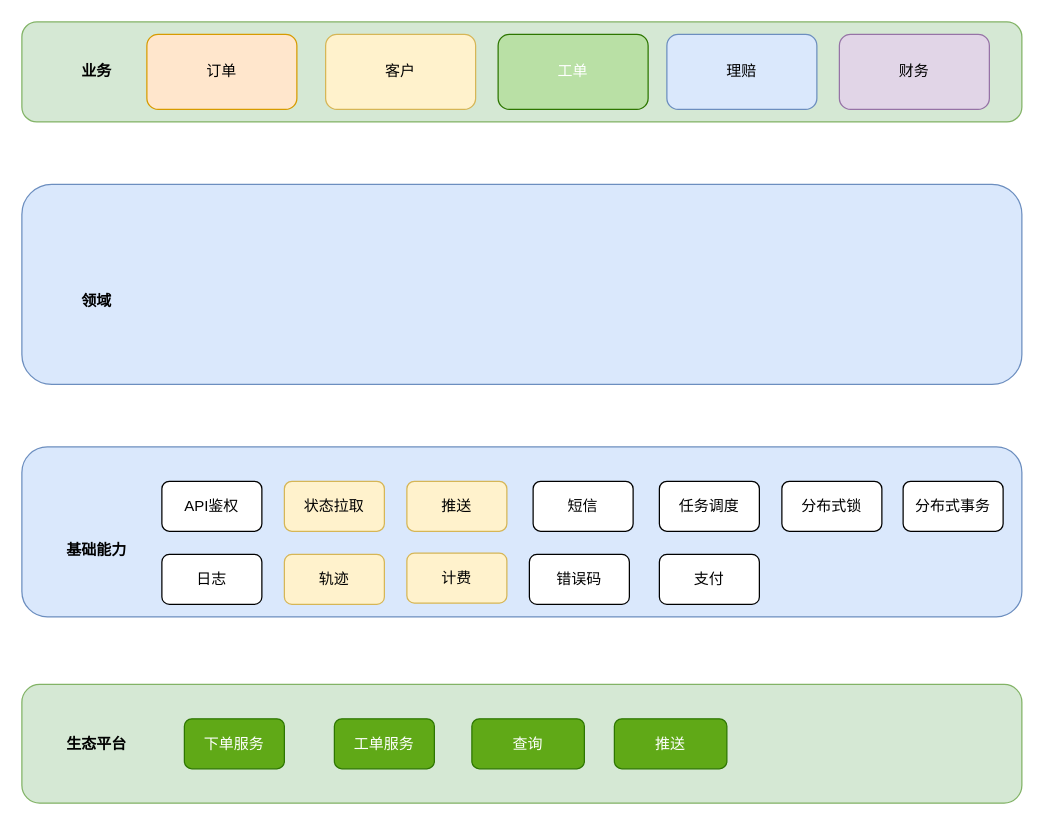
Before: page "第 1 页" (1 of 2) of 上门取件订单梳理.drawio in unclequentin/diagrams, a draw.io diagram. Source tidied: cells renumbered, new cells numbered last; positions are measured from the earlier drawing's top-left corner, leaving out a move shared by most shapes. Both pictures are drawn from the tidied source at 125%, with x=0, y=0 at pixel (21, 21).
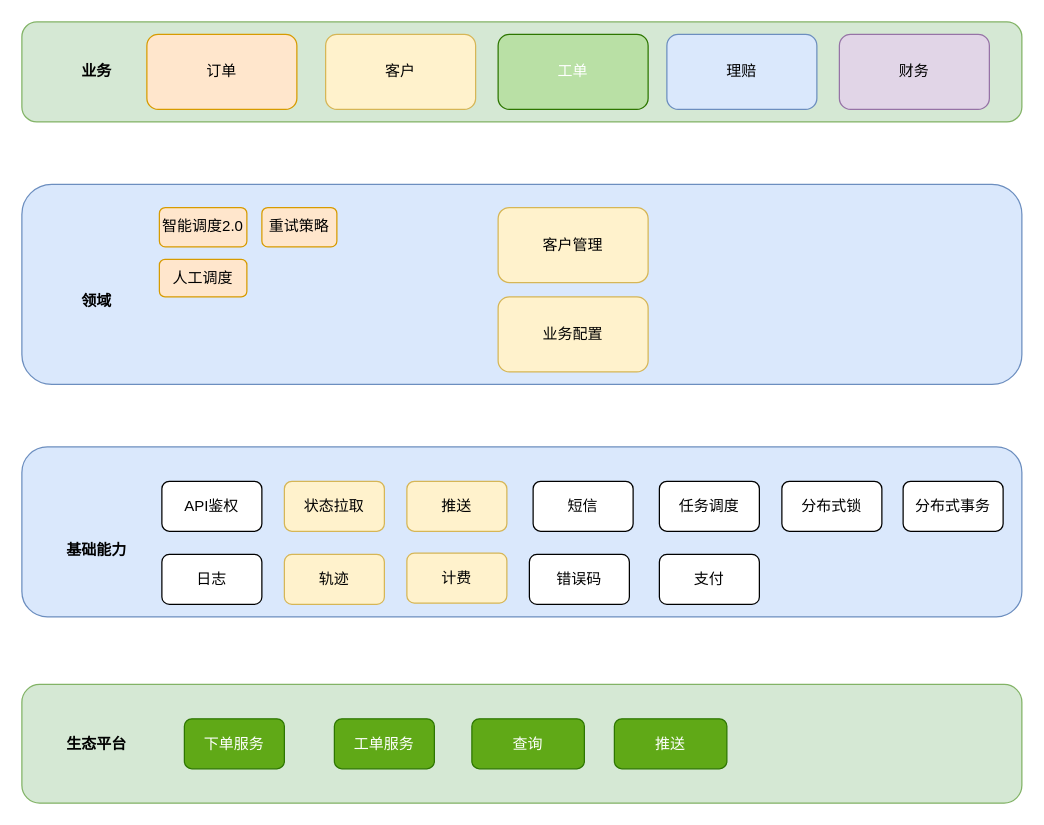
Above is the later version.

Commit message:
更新上门取件订单梳理.drawio

Change to the diagram source:
```diff
@@
+    <mxCell id="31" value="智能调度2.0" style="rounded=1;whiteSpace=wrap;html=1;fillColor=#ffe6cc;strokeColor=#d79b00;" parent="1" vertex="1">
+      <mxGeometry x="110" y="148.5" width="70" height="31.5" as="geometry" />
+    </mxCell>
+    <mxCell id="32" value="人工调度" style="rounded=1;whiteSpace=wrap;html=1;fillColor=#ffe6cc;strokeColor=#d79b00;" parent="1" vertex="1">
+      <mxGeometry x="110" y="190" width="70" height="30" as="geometry" />
+    </mxCell>
+    <mxCell id="33" value="重试策略" style="rounded=1;whiteSpace=wrap;html=1;fillColor=#ffe6cc;strokeColor=#d79b00;" parent="1" vertex="1">
+      <mxGeometry x="192" y="148.5" width="60" height="31.5" as="geometry" />
+    </mxCell>
+    <mxCell id="34" value="客户管理" style="rounded=1;whiteSpace=wrap;html=1;fillColor=#fff2cc;strokeColor=#d6b656;" parent="1" vertex="1">
+      <mxGeometry x="381" y="148.5" width="120" height="60" as="geometry" />
+    </mxCell>
+    <mxCell id="35" value="业务配置" style="rounded=1;whiteSpace=wrap;html=1;fillColor=#fff2cc;strokeColor=#d6b656;" parent="1" vertex="1">
+      <mxGeometry x="381" y="220" width="120" height="60" as="geometry" />
+    </mxCell>
```
